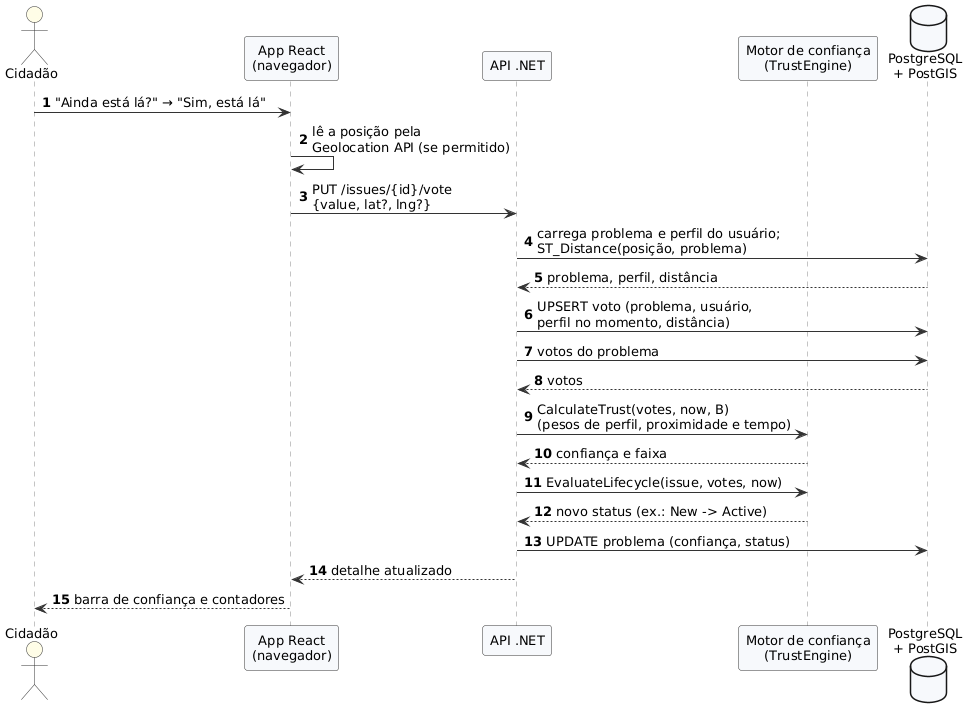
This is docs/diagramas/05_seq_votar.png from VictorHenriqueTerraCheru/TCC.back, a PlantUML export, as it was before one commit.
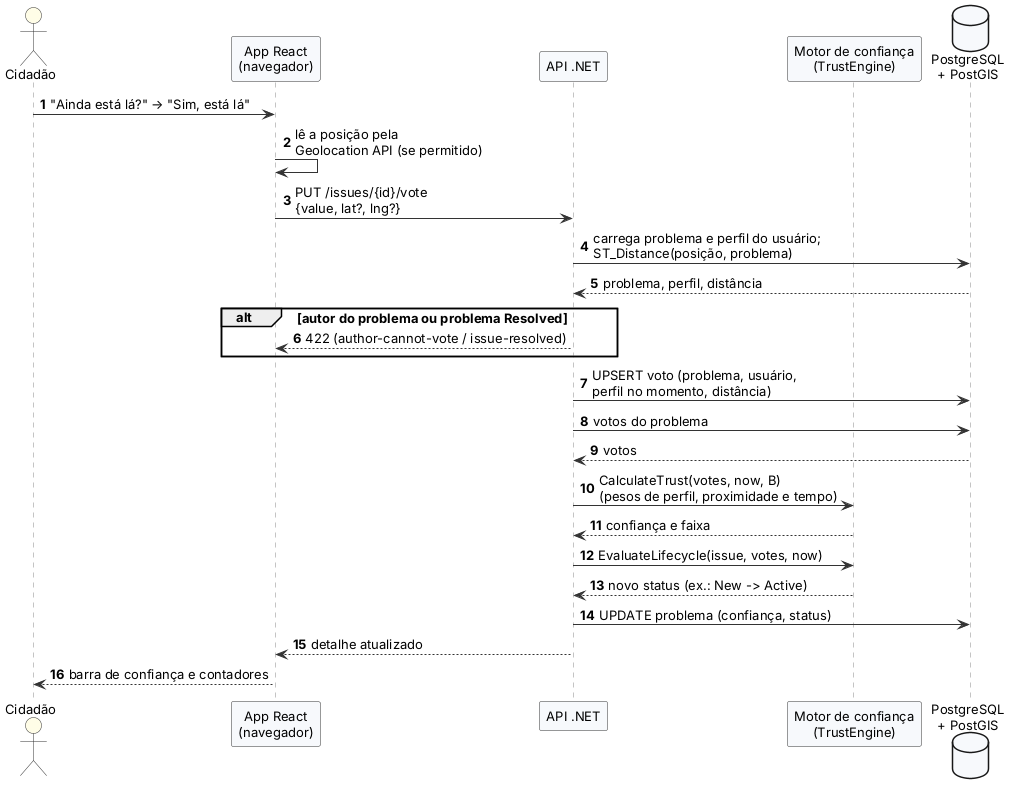
The same file after the commit.

Diff of the diagram source:
```diff
@@ -11,6 +11,9 @@
 APP -> API : PUT /issues/{id}/vote\n{value, lat?, lng?}
 API -> DB : carrega problema e perfil do usuário;\nST_Distance(posição, problema)
 DB --> API : problema, perfil, distância
+alt autor do problema ou problema Resolved
+  API --> APP : 422 (author-cannot-vote / issue-resolved)
+end
 API -> DB : UPSERT voto (problema, usuário,\nperfil no momento, distância)
 API -> DB : votos do problema
 DB --> API : votos
```
